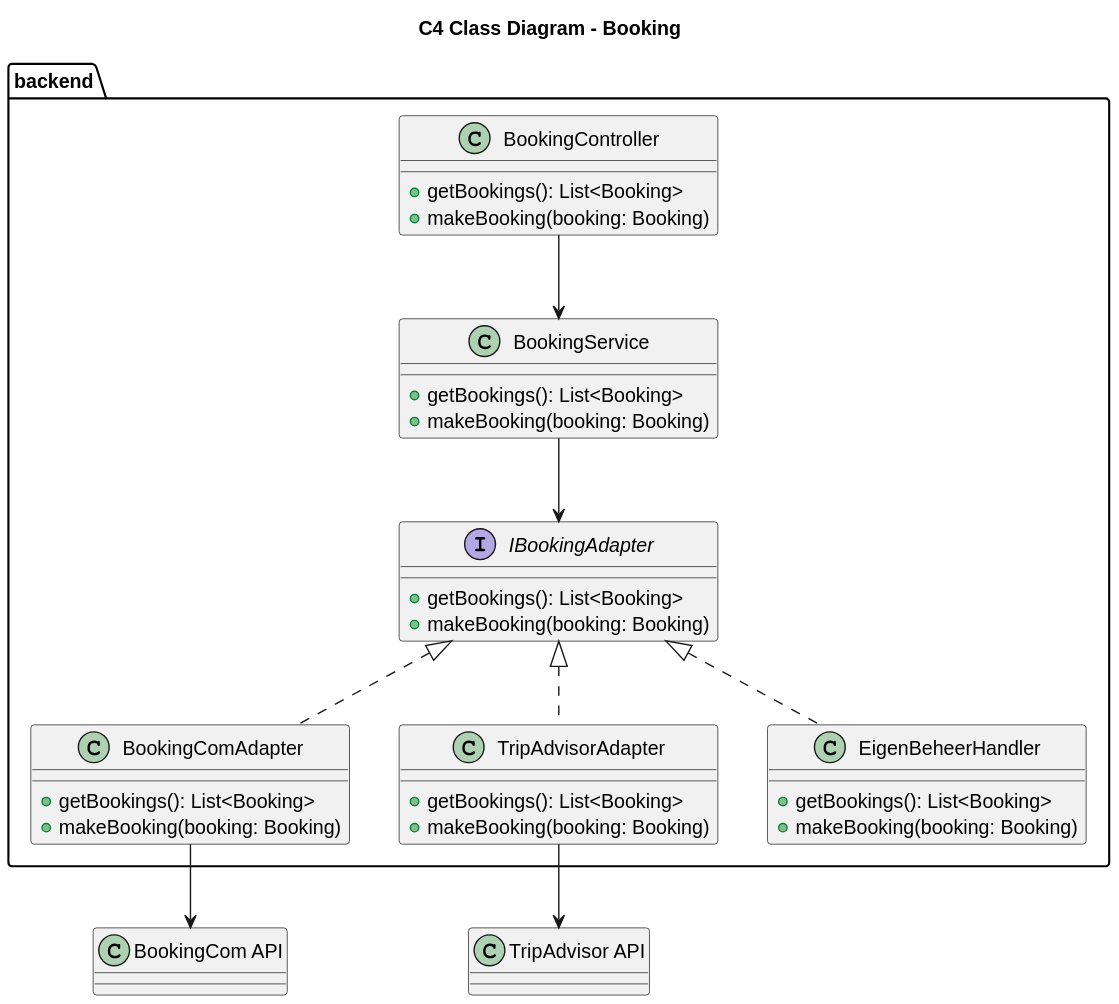
Earlier version of the PlantUML export software-guidebook/sgb-bestanden/ontwerpvragen/Modifiability - class diagram.svg (AIM-ENE-feb25/triptop-groep-4-jochem-roald-stijn-a). Source of this version:
```plantuml
@startuml
title C4 Class Diagram - Booking


package "backend" {

interface IBookingAdapter {
    + getBookings(): List<Booking>
    + makeBooking(booking: Booking)
}

class BookingComAdapter {
    + getBookings(): List<Booking>
    + makeBooking(booking: Booking)
}

class TripAdvisorAdapter {
    + getBookings(): List<Booking>
    + makeBooking(booking: Booking)
}

class EigenBeheerHandler {
    + getBookings(): List<Booking>
    + makeBooking(booking: Booking)
}

class BookingController {
    + getBookings(): List<Booking>
    + makeBooking(booking: Booking)
}

class BookingService {
    + getBookings(): List<Booking>
    + makeBooking(booking: Booking)
}

}

IBookingAdapter <|.. BookingComAdapter
IBookingAdapter <|.. TripAdvisorAdapter
IBookingAdapter <|.. EigenBeheerHandler
BookingComAdapter --> "BookingCom API"
TripAdvisorAdapter --> "TripAdvisor API"

BookingController --> BookingService
BookingService --> IBookingAdapter
@enduml
```
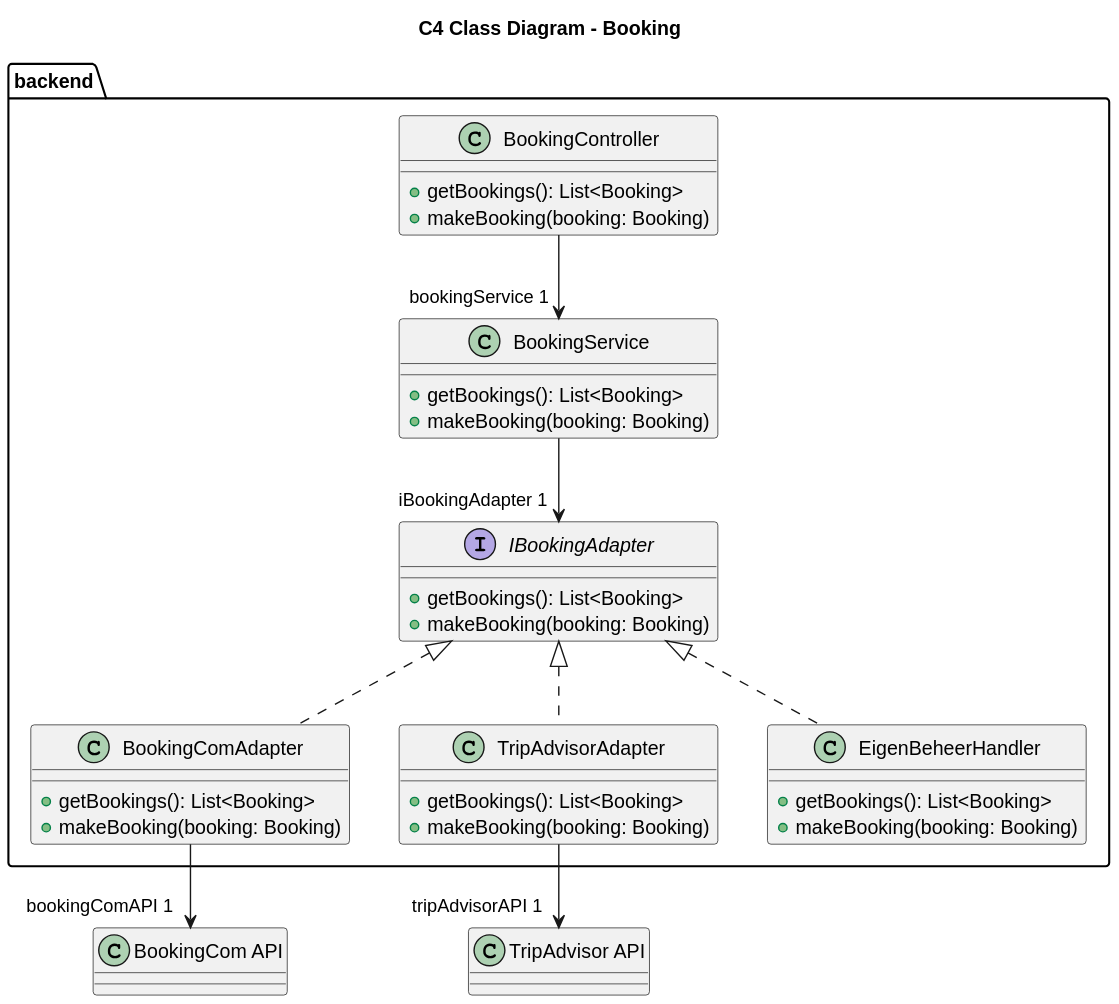
The same diagram one commit later.

Commit message:
Mollie API toegevoegd aan lijst, Kopjes naar Nederlands, Klassendiagram update

Diff of the diagram source:
```diff
@@ -39,9 +39,9 @@
 IBookingAdapter <|.. BookingComAdapter
 IBookingAdapter <|.. TripAdvisorAdapter
 IBookingAdapter <|.. EigenBeheerHandler
-BookingComAdapter --> "BookingCom API"
-TripAdvisorAdapter --> "TripAdvisor API"
+BookingComAdapter --> "bookingComAPI 1" "BookingCom API"
+TripAdvisorAdapter --> "tripAdvisorAPI 1" "TripAdvisor API"
 
-BookingController --> BookingService
-BookingService --> IBookingAdapter
+BookingController --> "bookingService 1" BookingService
+BookingService --> "iBookingAdapter 1" IBookingAdapter
 @enduml
```
